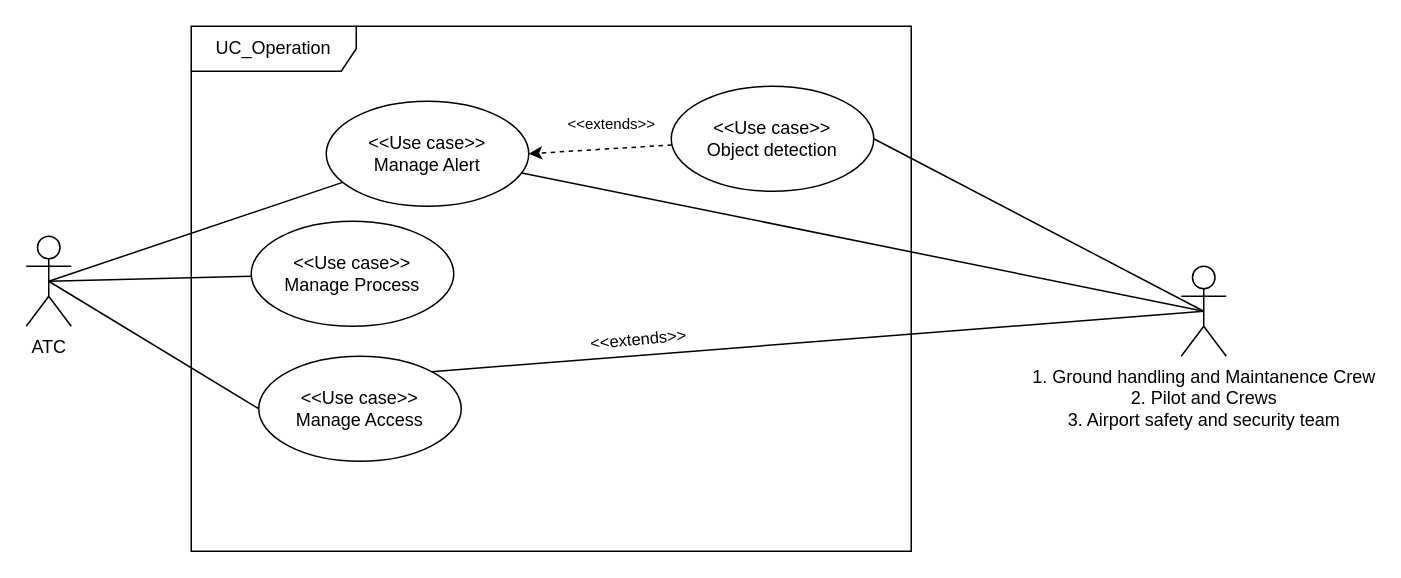
This is use_case.drawio from varuneranki/MBSE, a draw.io file, before an edit. Source tidied: cells renumbered, new cells numbered last; positions are measured from the earlier drawing's top-left corner, leaving out a move shared by most shapes. Both pictures are drawn from the tidied source at 150%, with x=0, y=0 at pixel (26, 26).
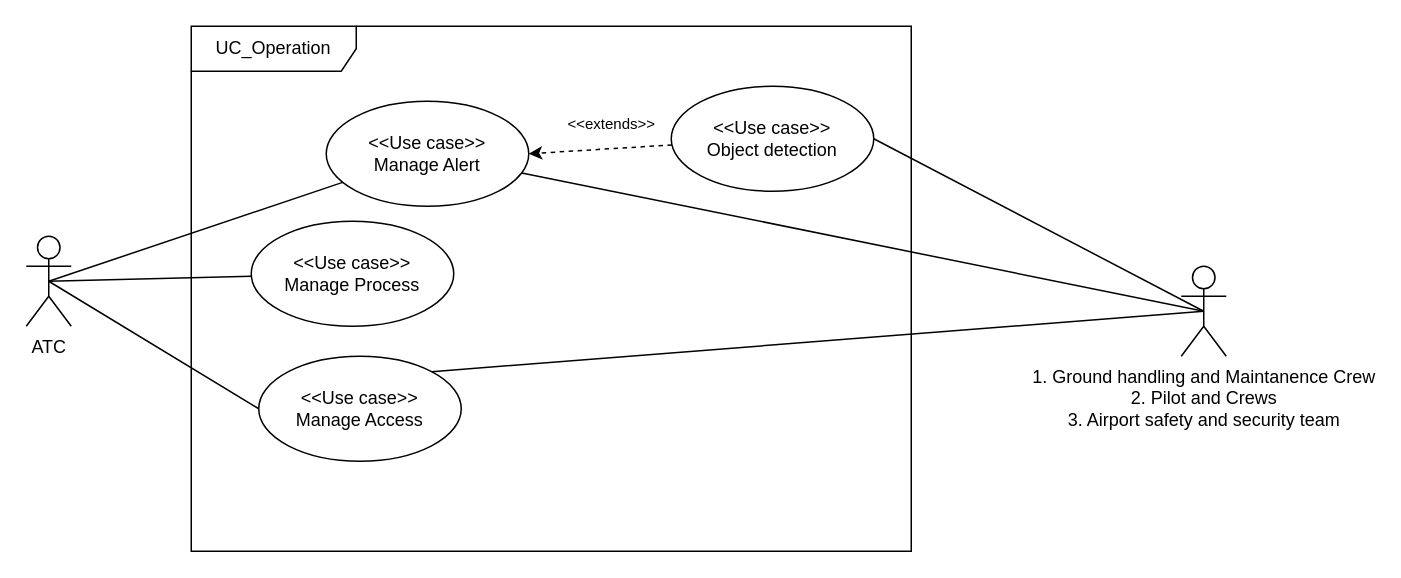
The same page after the edit.

The edit, as a diff of the source:
```diff
@@
 <mxGraphModel>
   <root>
     <mxCell id="0" />
     <mxCell id="1" parent="0" />
     <mxCell id="2" value="UC_Operation" style="shape=umlFrame;whiteSpace=wrap;html=1;width=110;height=30;" parent="1" vertex="1">
       <mxGeometry x="110" width="480" height="350" as="geometry" />
     </mxCell>
     <mxCell id="3" value="&lt;div&gt;&amp;lt;&amp;lt;Use case&amp;gt;&amp;gt;&lt;/div&gt;&lt;div&gt;Manage Access&lt;/div&gt;" style="ellipse;html=1;whiteSpace=wrap;" parent="2" vertex="1">
       <mxGeometry x="45" y="220" width="135" height="70" as="geometry" />
     </mxCell>
     <mxCell id="4" style="rounded=0;jettySize=auto;html=1;entryX=1;entryY=0.5;entryDx=0;entryDy=0;dashed=1;" parent="2" edge="1" source="5" target="6">
       <mxGeometry relative="1" as="geometry" />
     </mxCell>
     <mxCell id="5" value="&lt;div&gt;&amp;lt;&amp;lt;Use case&amp;gt;&amp;gt;&lt;/div&gt;&lt;div&gt;Object detection&lt;/div&gt;" style="ellipse;html=1;whiteSpace=wrap;" parent="2" vertex="1">
       <mxGeometry x="320" y="40" width="135" height="70" as="geometry" />
     </mxCell>
     <mxCell id="6" value="&lt;div&gt;&amp;lt;&amp;lt;Use case&amp;gt;&amp;gt;&lt;/div&gt;&lt;div&gt;Manage Alert&lt;/div&gt;" style="ellipse;html=1;whiteSpace=wrap;" parent="2" vertex="1">
       <mxGeometry x="90" y="50" width="135" height="70" as="geometry" />
     </mxCell>
     <mxCell id="7" value="&lt;font style=&quot;font-size: 10px;&quot;&gt;&amp;lt;&amp;lt;extends&amp;gt;&amp;gt;&lt;/font&gt;" style="text;html=1;align=center;verticalAlign=middle;strokeColor=none;fillColor=none;" parent="2" vertex="1">
       <mxGeometry x="240" y="50" width="80" height="30" as="geometry" />
     </mxCell>
     <mxCell id="8" value="&lt;div&gt;&amp;lt;&amp;lt;Use case&amp;gt;&amp;gt;&lt;/div&gt;&lt;div&gt;Manage Process&lt;/div&gt;" style="ellipse;html=1;whiteSpace=wrap;" parent="2" vertex="1">
       <mxGeometry x="40" y="130" width="135" height="70" as="geometry" />
     </mxCell>
     <mxCell id="9" style="rounded=0;jettySize=auto;html=1;entryX=1;entryY=0.5;entryDx=0;entryDy=0;exitX=0.5;exitY=0.5;exitDx=0;exitDy=0;exitPerimeter=0;endArrow=none;endFill=0;" parent="1" edge="1" source="14" target="5">
       <mxGeometry relative="1" as="geometry" />
     </mxCell>
     <mxCell id="10" style="rounded=0;jettySize=auto;html=1;exitX=0.5;exitY=0.5;exitDx=0;exitDy=0;exitPerimeter=0;entryX=0;entryY=0.5;entryDx=0;entryDy=0;endArrow=none;endFill=0;" parent="1" edge="1" source="11" target="3">
       <mxGeometry relative="1" as="geometry" />
     </mxCell>
     <mxCell id="11" value="ATC" style="shape=umlActor;verticalLabelPosition=bottom;verticalAlign=top;html=1;outlineConnect=0;" parent="1" vertex="1">
       <mxGeometry y="140" width="30" height="60" as="geometry" />
     </mxCell>
     <mxCell id="12" style="rounded=0;jettySize=auto;html=1;exitX=1;exitY=0;exitDx=0;exitDy=0;entryX=0.5;entryY=0.5;entryDx=0;entryDy=0;entryPerimeter=0;endArrow=none;endFill=0;" parent="1" edge="1" target="14">
       <mxGeometry relative="1" as="geometry">
         <mxPoint x="270.3" y="230.3" as="sourcePoint" />
       </mxGeometry>
     </mxCell>
-    <mxCell id="13" value="&amp;lt;&amp;lt;extends&amp;gt;&amp;gt;" style="edgeLabel;html=1;align=center;verticalAlign=middle;rotation=-5;" parent="12" vertex="1">
-      <mxGeometry x="-0.38" y="-3" relative="1" as="geometry">
-        <mxPoint x="-23" y="-12" as="offset" />
-      </mxGeometry>
-    </mxCell>
     <mxCell id="14" value="1. Ground handling and Maintanence Crew&lt;div&gt;&lt;div style=&quot;text-wrap: wrap;&quot;&gt;&lt;span style=&quot;background-color: initial;&quot;&gt;2. Pilot and Crews&lt;/span&gt;&lt;/div&gt;&lt;div style=&quot;text-wrap: wrap;&quot;&gt;&lt;span style=&quot;background-color: initial;&quot;&gt;3. Airport safety and security team&lt;/span&gt;&lt;/div&gt;&lt;/div&gt;" style="shape=umlActor;verticalLabelPosition=bottom;verticalAlign=top;html=1;outlineConnect=0;" parent="1" vertex="1">
       <mxGeometry x="770" y="160" width="30" height="60" as="geometry" />
     </mxCell>
     <mxCell id="15" style="rounded=0;jettySize=auto;html=1;entryX=0.5;entryY=0.5;entryDx=0;entryDy=0;entryPerimeter=0;endArrow=none;endFill=0;" parent="1" edge="1" source="6" target="11">
       <mxGeometry relative="1" as="geometry" />
     </mxCell>
     <mxCell id="16" style="rounded=0;jettySize=auto;html=1;entryX=0.5;entryY=0.5;entryDx=0;entryDy=0;entryPerimeter=0;endArrow=none;endFill=0;" parent="1" edge="1" source="6" target="14">
       <mxGeometry relative="1" as="geometry" />
     </mxCell>
     <mxCell id="17" style="rounded=0;jettySize=auto;html=1;entryX=0.5;entryY=0.5;entryDx=0;entryDy=0;entryPerimeter=0;endArrow=none;endFill=0;" parent="1" edge="1" source="8" target="11">
       <mxGeometry relative="1" as="geometry" />
     </mxCell>
   </root>
 </mxGraphModel>
```
